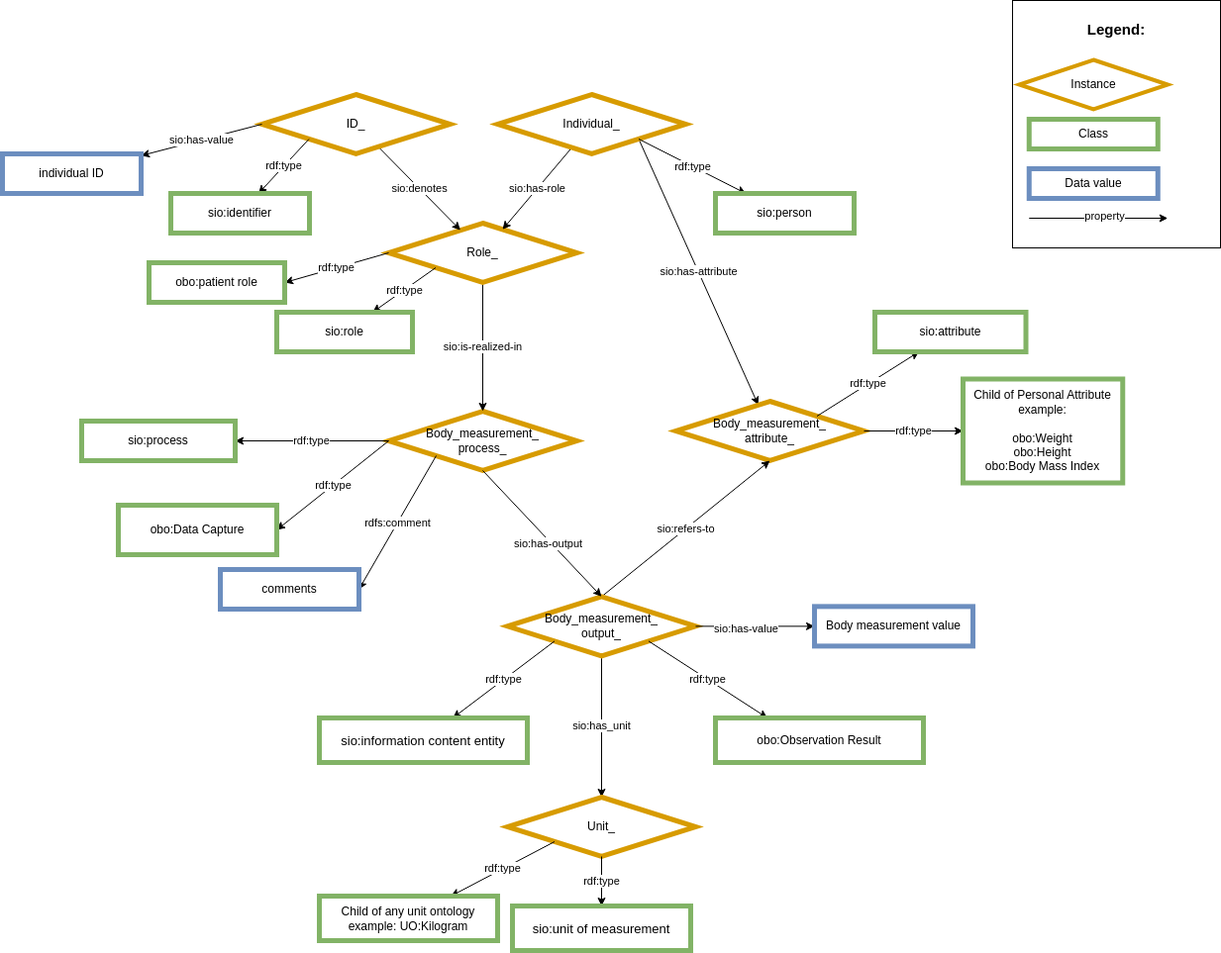
Earlier version of the draw.io export images/CARE-SM-Body_measurement.png (CARE-SM/CARE-Semantic-Model). Source tidied: cells renumbered, new cells last; positions are measured from the earlier drawing's top-left corner, leaving out a move shared by most shapes.
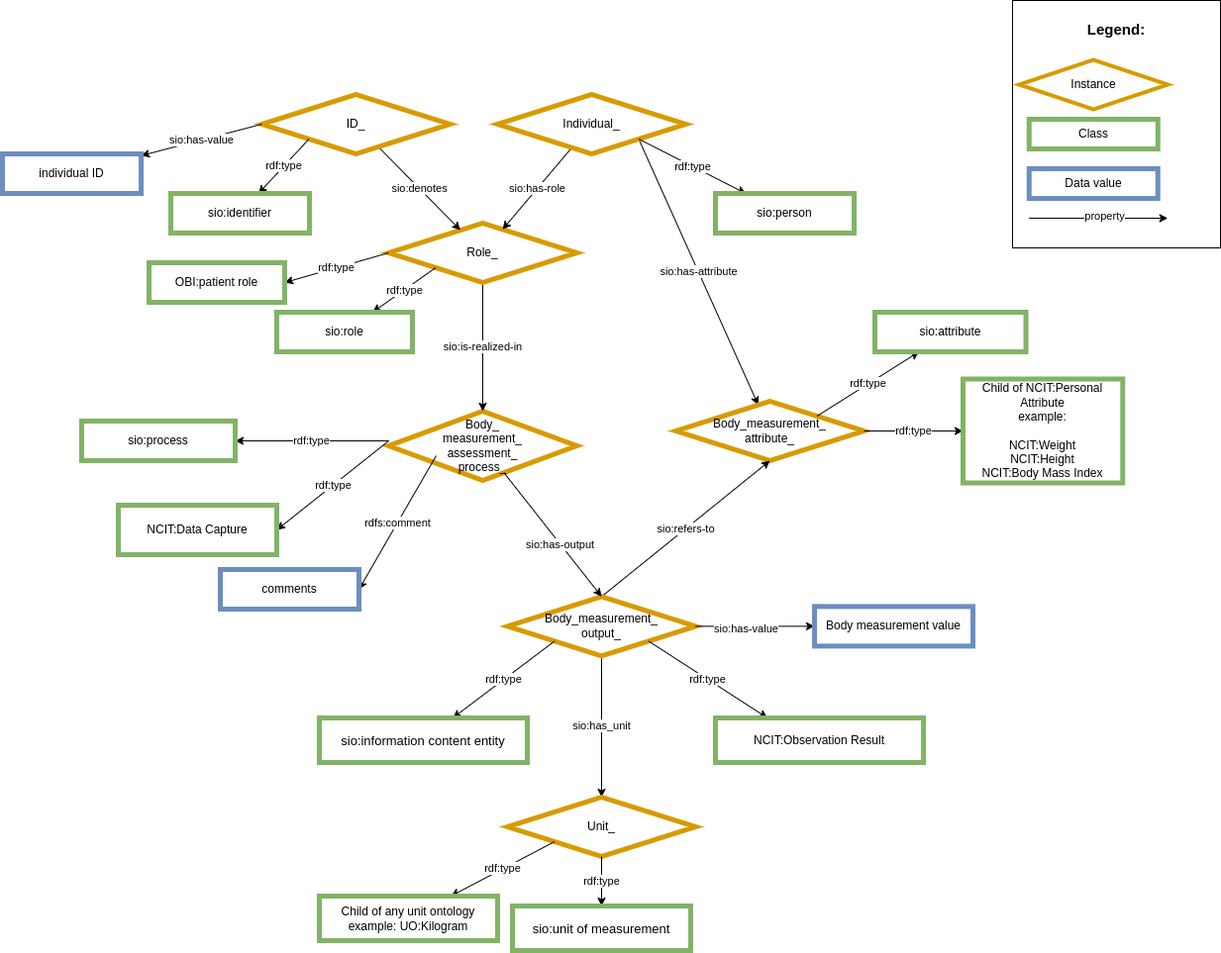
Above is the later version.

What changed in the source:
```diff
@@ -2,8 +2,8 @@
   <root>
     <mxCell id="0" />
     <mxCell id="1" parent="0" />
-    <mxCell id="2" value="Body_measurement_&lt;br&gt;process_" style="rhombus;whiteSpace=wrap;html=1;fillColor=#FFFFFF;strokeColor=#d79b00;strokeWidth=5;" parent="1" vertex="1">
-      <mxGeometry x="390" y="415" width="190" height="60" as="geometry" />
+    <mxCell id="2" value="Body_&lt;br&gt;measurement_&lt;br&gt;assessment_&lt;br&gt;process_" style="rhombus;whiteSpace=wrap;html=1;fillColor=#FFFFFF;strokeColor=#d79b00;strokeWidth=5;" parent="1" vertex="1">
+      <mxGeometry x="390" y="415" width="190" height="70" as="geometry" />
     </mxCell>
     <mxCell id="3" value="&lt;span style=&quot;color: rgb(0, 0, 0); font-family: Helvetica; font-size: 11px; font-style: normal; font-variant-ligatures: normal; font-variant-caps: normal; font-weight: 400; letter-spacing: normal; orphans: 2; text-align: center; text-indent: 0px; text-transform: none; widows: 2; word-spacing: 0px; -webkit-text-stroke-width: 0px; background-color: rgb(255, 255, 255); text-decoration-thickness: initial; text-decoration-style: initial; text-decoration-color: initial; float: none; display: inline !important;&quot;&gt;sio:is-realized-in&lt;/span&gt;" style="rounded=0;jettySize=auto;html=1;exitX=0.5;exitY=1;exitDx=0;exitDy=0;entryX=0.5;entryY=0;entryDx=0;entryDy=0;" parent="1" edge="1" source="5" target="2">
       <mxGeometry relative="1" as="geometry" />
@@ -74,7 +74,7 @@
     <mxCell id="25" value="rdf:type" style="edgeStyle=none;rounded=0;jettySize=auto;html=1;exitX=0;exitY=0.5;exitDx=0;exitDy=0;entryX=1;entryY=0.5;entryDx=0;entryDy=0;" parent="1" edge="1" source="5" target="26">
       <mxGeometry relative="1" as="geometry" />
     </mxCell>
-    <mxCell id="26" value="obo:patient role" style="whiteSpace=wrap;html=1;fillColor=#FFFFFF;strokeColor=#82b366;strokeWidth=5;" parent="1" vertex="1">
+    <mxCell id="26" value="OBI:patient role" style="whiteSpace=wrap;html=1;fillColor=#FFFFFF;strokeColor=#82b366;strokeWidth=5;" parent="1" vertex="1">
       <mxGeometry x="148" y="265" width="137" height="40" as="geometry" />
     </mxCell>
     <mxCell id="27" value="rdf:type" style="edgeStyle=none;rounded=0;jettySize=auto;html=1;exitX=0;exitY=1;exitDx=0;exitDy=0;" parent="1" edge="1" source="20" target="28">
@@ -86,7 +86,7 @@
     <mxCell id="29" value="rdf:type" style="edgeStyle=none;rounded=0;jettySize=auto;html=1;exitX=1;exitY=0.5;exitDx=0;exitDy=0;" parent="1" edge="1" source="10" target="30">
       <mxGeometry relative="1" as="geometry" />
     </mxCell>
-    <mxCell id="30" value="Child of Personal Attribute&lt;br&gt;example:&lt;br&gt;&lt;br&gt;obo:Weight&lt;br&gt;obo:Height&lt;br&gt;obo:Body Mass Index" style="whiteSpace=wrap;html=1;fillColor=#FFFFFF;strokeColor=#82b366;strokeWidth=5;" parent="1" vertex="1">
+    <mxCell id="30" value="Child of NCIT:Personal Attribute&lt;br&gt;example:&lt;br&gt;&lt;br&gt;NCIT:Weight&lt;br&gt;NCIT:Height&lt;br&gt;NCIT:Body Mass Index" style="whiteSpace=wrap;html=1;fillColor=#FFFFFF;strokeColor=#82b366;strokeWidth=5;" parent="1" vertex="1">
       <mxGeometry x="970" y="382.5" width="161.2" height="105" as="geometry" />
     </mxCell>
     <mxCell id="31" value="sio:refers-to" style="edgeStyle=none;rounded=0;jettySize=auto;html=1;entryX=0.5;entryY=1;entryDx=0;entryDy=0;exitX=0.5;exitY=0;exitDx=0;exitDy=0;" parent="1" edge="1" source="32">
@@ -97,10 +97,8 @@
     <mxCell id="32" value="Body_measurement_&lt;br&gt;output_" style="rhombus;whiteSpace=wrap;html=1;fillColor=#FFFFFF;strokeColor=#d79b00;strokeWidth=5;" parent="1" vertex="1">
       <mxGeometry x="510" y="602.4" width="190" height="60" as="geometry" />
     </mxCell>
-    <mxCell id="33" style="edgeStyle=none;rounded=0;jettySize=auto;html=1;exitX=0.5;exitY=1;exitDx=0;exitDy=0;entryX=0.5;entryY=0;entryDx=0;entryDy=0;" parent="1" edge="1" target="32">
-      <mxGeometry relative="1" as="geometry">
-        <mxPoint x="485" y="475" as="sourcePoint" />
-      </mxGeometry>
+    <mxCell id="33" style="edgeStyle=none;rounded=0;jettySize=auto;html=1;entryX=0.5;entryY=0;entryDx=0;entryDy=0;" parent="1" edge="1" source="2" target="32">
+      <mxGeometry relative="1" as="geometry" />
     </mxCell>
     <mxCell id="34" value="&lt;span style=&quot;color: rgb(0, 0, 0); font-family: Helvetica; font-size: 11px; font-style: normal; font-variant-ligatures: normal; font-variant-caps: normal; font-weight: 400; letter-spacing: normal; orphans: 2; text-align: center; text-indent: 0px; text-transform: none; widows: 2; word-spacing: 0px; -webkit-text-stroke-width: 0px; background-color: rgb(255, 255, 255); text-decoration-thickness: initial; text-decoration-style: initial; text-decoration-color: initial; float: none; display: inline !important;&quot;&gt;sio:has-output&lt;/span&gt;" style="edgeLabel;html=1;align=center;verticalAlign=middle;" parent="33" vertex="1">
       <mxGeometry x="-0.21" y="-1" relative="1" as="geometry">
@@ -116,7 +114,7 @@
     <mxCell id="37" value="rdf:type" style="edgeStyle=none;rounded=0;jettySize=auto;html=1;exitX=1;exitY=1;exitDx=0;exitDy=0;entryX=0.25;entryY=0;entryDx=0;entryDy=0;" parent="1" edge="1" source="32" target="38">
       <mxGeometry relative="1" as="geometry" />
     </mxCell>
-    <mxCell id="38" value="obo:Observation Result" style="whiteSpace=wrap;html=1;fillColor=#FFFFFF;strokeColor=#82b366;strokeWidth=5;" parent="1" vertex="1">
+    <mxCell id="38" value="NCIT:Observation Result" style="whiteSpace=wrap;html=1;fillColor=#FFFFFF;strokeColor=#82b366;strokeWidth=5;" parent="1" vertex="1">
       <mxGeometry x="720" y="725" width="210" height="45" as="geometry" />
     </mxCell>
     <mxCell id="39" value="rdf:type" style="edgeStyle=none;rounded=0;jettySize=auto;html=1;exitX=0;exitY=0.5;exitDx=0;exitDy=0;" parent="1" edge="1" target="40">
@@ -132,7 +130,7 @@
         <mxPoint x="390" y="445" as="sourcePoint" />
       </mxGeometry>
     </mxCell>
-    <mxCell id="42" value="obo:Data Capture" style="whiteSpace=wrap;html=1;fillColor=#FFFFFF;strokeColor=#82b366;strokeWidth=5;" parent="1" vertex="1">
+    <mxCell id="42" value="NCIT:Data Capture" style="whiteSpace=wrap;html=1;fillColor=#FFFFFF;strokeColor=#82b366;strokeWidth=5;" parent="1" vertex="1">
       <mxGeometry x="117" y="510" width="160" height="50" as="geometry" />
     </mxCell>
     <mxCell id="43" value="rdfs:comment" style="rounded=0;jettySize=auto;html=1;exitX=0;exitY=1;exitDx=0;exitDy=0;entryX=1;entryY=0.5;entryDx=0;entryDy=0;" parent="1" edge="1" target="44">
```
